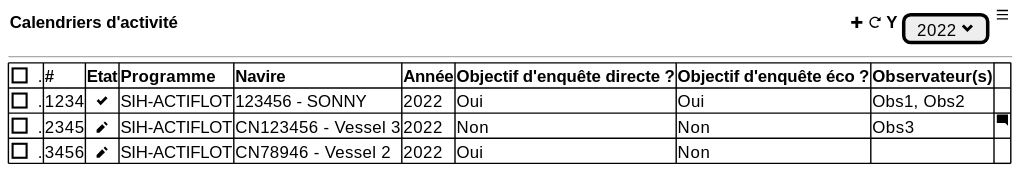
The PlantUML diagram projects/activity-calendar/spe/images/activity-calendar-table.svg in sumaris-net/sumaris-doc, before a commit.
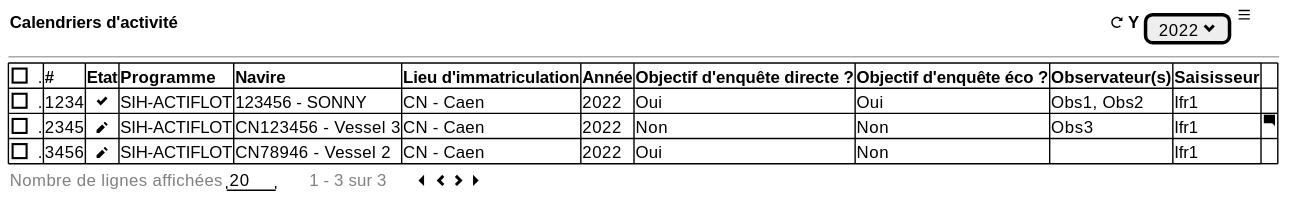
Later version of the same file.

Change to the diagram source:
```diff
@@ -1,14 +1,14 @@
 @startsalt
 {
-  {<b>Calendriers d'activité                                                                                                                                                                <&plus> <&reload> Y {[2022 <&chevron-bottom>]} <&menu>}
+  {<b>Calendriers d'activité                                                                                                                                                                                                                              <&reload> Y {[2022 <&chevron-bottom>]} <&menu>}
   --
 	{#
 
-     [ ]. | <b># | <b>Etat | <b>Programme |  <b>Navire | <b>Année | <b>Objectif d'enquête directe ? | <b>Objectif d'enquête éco ?|<b>Observateur(s) | .
-     [ ]. | 1234 | <b>  <&check> | SIH-ACTIFLOT | 123456 - SONNY | 2022 | Oui | Oui | Obs1, Obs2 | .
-     [ ]. | 2345 | <b>  <&pencil> | SIH-ACTIFLOT | CN123456 - Vessel 3 | 2022 | Non | Non | Obs3 | <&comment-square>
-     [ ]. | 3456 | <b>  <&pencil> | SIH-ACTIFLOT | CN78946 - Vessel 2 | 2022 | Oui | Non | .
+     [ ]. | <b># | <b>Etat | <b>Programme |  <b>Navire | <b>Lieu d'immatriculation | <b>Année | <b>Objectif d'enquête directe ? | <b>Objectif d'enquête éco ?|<b>Observateur(s) | <b>Saisisseur
+     [ ]. | 1234 | <b>  <&check> | SIH-ACTIFLOT | 123456 - SONNY | CN - Caen |2022 | Oui | Oui | Obs1, Obs2 | Ifr1 |.
+     [ ]. | 2345 | <b>  <&pencil> | SIH-ACTIFLOT | CN123456 - Vessel 3 | CN - Caen | 2022 | Non | Non | Obs3 | Ifr1 | <&comment-square>
+     [ ]. | 3456 | <b>  <&pencil> | SIH-ACTIFLOT | CN78946 - Vessel 2 | CN - Caen | 2022 | Oui | Non | . | Ifr1 | .
     }
-
+     { <font color=grey>Nombre de lignes affichées</font> |  " 20 "  | . | . | . | . | <font color=grey>1 - 3 sur 3 | . | . | . | . | <&caret-left> <&chevron-left> <&chevron-right> <&caret-right> }
 }
 @endsalt
```
